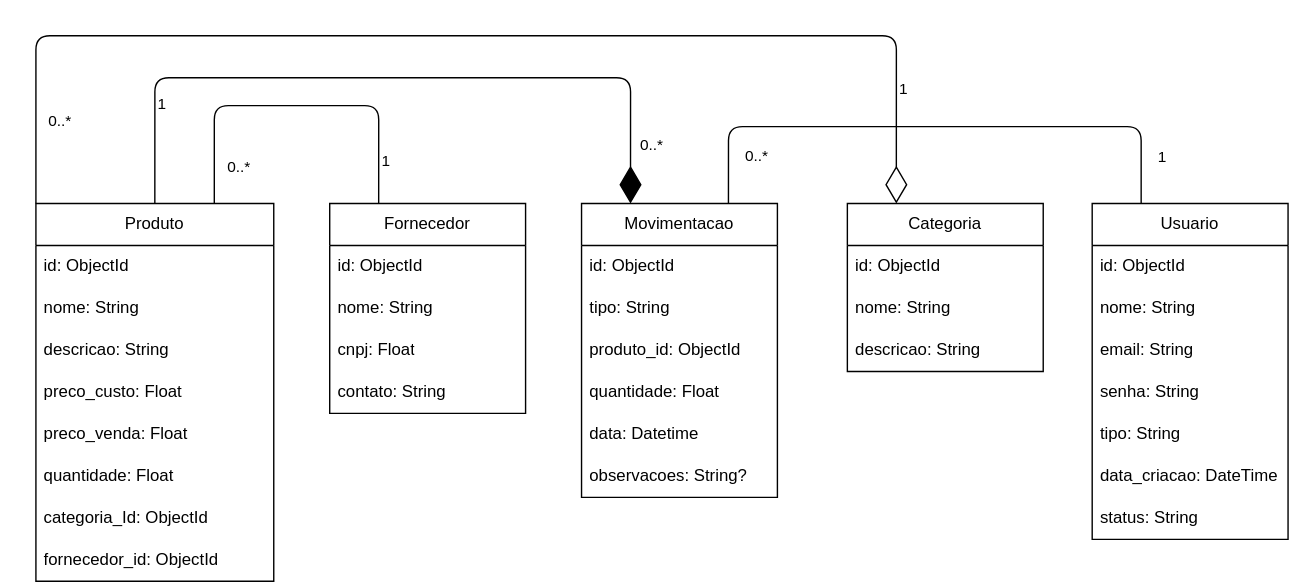
Earlier version of the draw.io export docs/STOCK.svg (FatecFranca/DSM-P3-G03-2025-1). Source tidied: cells renumbered, new cells last; positions are measured from the earlier drawing's top-left corner, leaving out a move shared by most shapes.
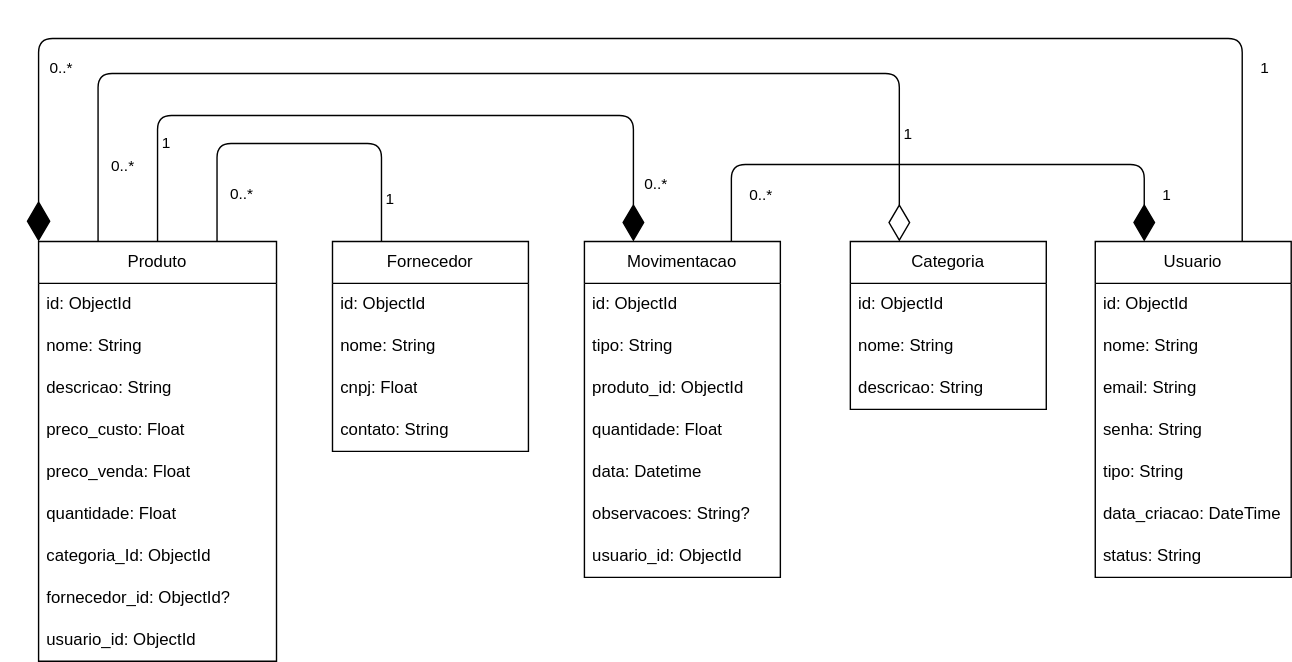
Later version of the same file.

The edit, as a diff of the source:
```diff
@@ -1,11 +1,11 @@
-<mxGraphModel>
+<mxGraphModel background="#ffffff">
   <root>
     <mxCell id="0" />
     <mxCell id="1" parent="0" />
-    <mxCell id="2" style="edgeStyle=orthogonalEdgeStyle;html=1;entryX=0.25;entryY=0;entryDx=0;entryDy=0;exitX=0;exitY=0;exitDx=0;exitDy=0;endArrow=diamondThin;endFill=0;endSize=24;" parent="1" edge="1" source="11" target="20">
+    <mxCell id="2" style="edgeStyle=orthogonalEdgeStyle;html=1;entryX=0.25;entryY=0;entryDx=0;entryDy=0;exitX=0.25;exitY=0;exitDx=0;exitDy=0;endArrow=diamondThin;endFill=0;endSize=24;" parent="1" edge="1" source="11" target="20">
       <mxGeometry relative="1" as="geometry">
         <Array as="points">
-          <mxPoint />
+          <mxPoint x="42" />
           <mxPoint x="615" />
         </Array>
       </mxGeometry>
@@ -30,7 +30,7 @@
     </mxCell>
     <mxCell id="6" value="0..*" style="edgeLabel;html=1;align=center;verticalAlign=middle;" parent="5" vertex="1">
       <mxGeometry x="-0.8" y="2" relative="1" as="geometry">
-        <mxPoint x="19" as="offset" />
+        <mxPoint x="19" y="-9" as="offset" />
       </mxGeometry>
     </mxCell>
     <mxCell id="7" value="1" style="edgeLabel;html=1;align=center;verticalAlign=middle;" parent="5" vertex="1">
@@ -57,7 +57,7 @@
       </mxGeometry>
     </mxCell>
     <mxCell id="11" value="Produto" style="swimlane;fontStyle=0;horizontal=1;startSize=30;whiteSpace=wrap;html=1;" parent="1" vertex="1">
-      <mxGeometry y="120" width="170" height="270" as="geometry" />
+      <mxGeometry y="120" width="170" height="300" as="geometry" />
     </mxCell>
     <mxCell id="12" value="id: ObjectId" style="text;strokeColor=none;fillColor=none;align=left;verticalAlign=middle;spacingLeft=4;spacingRight=4;overflow=hidden;whiteSpace=wrap;html=1;" parent="11" vertex="1">
       <mxGeometry y="30" width="170" height="30" as="geometry" />
@@ -80,9 +80,12 @@
     <mxCell id="18" value="categoria_Id: ObjectId" style="text;strokeColor=none;fillColor=none;align=left;verticalAlign=middle;spacingLeft=4;spacingRight=4;overflow=hidden;whiteSpace=wrap;html=1;" parent="11" vertex="1">
       <mxGeometry y="210" width="170" height="30" as="geometry" />
     </mxCell>
-    <mxCell id="19" value="&lt;span style=&quot;color: rgb(0, 0, 0);&quot;&gt;fornecedor_id: ObjectId&lt;/span&gt;" style="text;strokeColor=none;fillColor=none;align=left;verticalAlign=middle;spacingLeft=4;spacingRight=4;overflow=hidden;whiteSpace=wrap;html=1;" parent="11" vertex="1">
+    <mxCell id="19" value="&lt;span style=&quot;color: rgb(0, 0, 0);&quot;&gt;fornecedor_id: ObjectId?&lt;/span&gt;" style="text;strokeColor=none;fillColor=none;align=left;verticalAlign=middle;spacingLeft=4;spacingRight=4;overflow=hidden;whiteSpace=wrap;html=1;" parent="11" vertex="1">
       <mxGeometry y="240" width="170" height="30" as="geometry" />
     </mxCell>
+    <mxCell id="47" value="usuario_id: ObjectId" style="text;strokeColor=none;fillColor=none;align=left;verticalAlign=middle;spacingLeft=4;spacingRight=4;overflow=hidden;whiteSpace=wrap;html=1;" parent="11" vertex="1">
+      <mxGeometry y="270" width="170" height="30" as="geometry" />
+    </mxCell>
     <mxCell id="20" value="Categoria" style="swimlane;fontStyle=0;horizontal=1;startSize=30;whiteSpace=wrap;html=1;" parent="1" vertex="1">
       <mxGeometry x="580" y="120" width="140" height="120" as="geometry" />
     </mxCell>
@@ -110,7 +113,7 @@
     <mxCell id="28" value="contato: String" style="text;strokeColor=none;fillColor=none;align=left;verticalAlign=middle;spacingLeft=4;spacingRight=4;overflow=hidden;whiteSpace=wrap;html=1;" parent="24" vertex="1">
       <mxGeometry y="120" width="140" height="30" as="geometry" />
     </mxCell>
-    <mxCell id="29" style="edgeStyle=orthogonalEdgeStyle;html=1;exitX=0.75;exitY=0;exitDx=0;exitDy=0;entryX=0.25;entryY=0;entryDx=0;entryDy=0;endArrow=none;endFill=0;" parent="1" edge="1" source="32" target="39">
+    <mxCell id="29" style="edgeStyle=orthogonalEdgeStyle;html=1;exitX=0.75;exitY=0;exitDx=0;exitDy=0;entryX=0.25;entryY=0;entryDx=0;entryDy=0;endArrow=diamondThin;endFill=1;endSize=24;" parent="1" edge="1" source="32" target="39">
       <mxGeometry relative="1" as="geometry">
         <Array as="points">
           <mxPoint x="495" y="65" />
@@ -129,7 +132,7 @@
       </mxGeometry>
     </mxCell>
     <mxCell id="32" value="Movimentacao" style="swimlane;fontStyle=0;horizontal=1;startSize=30;whiteSpace=wrap;html=1;" parent="1" vertex="1">
-      <mxGeometry x="390" y="120" width="140" height="210" as="geometry" />
+      <mxGeometry x="390" y="120" width="140" height="240" as="geometry" />
     </mxCell>
     <mxCell id="33" value="id: ObjectId" style="text;strokeColor=none;fillColor=none;align=left;verticalAlign=middle;spacingLeft=4;spacingRight=4;overflow=hidden;whiteSpace=wrap;html=1;" parent="32" vertex="1">
       <mxGeometry y="30" width="140" height="30" as="geometry" />
@@ -149,6 +152,27 @@
     <mxCell id="38" value="observacoes: String?" style="text;strokeColor=none;fillColor=none;align=left;verticalAlign=middle;spacingLeft=4;spacingRight=4;overflow=hidden;whiteSpace=wrap;html=1;" parent="32" vertex="1">
       <mxGeometry y="180" width="140" height="30" as="geometry" />
     </mxCell>
+    <mxCell id="48" value="usuario_id: ObjectId" style="text;strokeColor=none;fillColor=none;align=left;verticalAlign=middle;spacingLeft=4;spacingRight=4;overflow=hidden;whiteSpace=wrap;html=1;" parent="32" vertex="1">
+      <mxGeometry y="210" width="140" height="30" as="geometry" />
+    </mxCell>
+    <mxCell id="49" style="edgeStyle=orthogonalEdgeStyle;html=1;exitX=0.75;exitY=0;exitDx=0;exitDy=0;entryX=0;entryY=0;entryDx=0;entryDy=0;endArrow=diamondThin;endFill=1;endSize=26;" parent="1" edge="1" source="39" target="11">
+      <mxGeometry relative="1" as="geometry">
+        <Array as="points">
+          <mxPoint x="860" y="-25" />
+          <mxPoint y="-25" />
+        </Array>
+      </mxGeometry>
+    </mxCell>
+    <mxCell id="50" value="1" style="edgeLabel;html=1;align=center;verticalAlign=middle;" parent="49" vertex="1">
+      <mxGeometry x="-0.86" y="1" relative="1" as="geometry">
+        <mxPoint x="16" y="-44" as="offset" />
+      </mxGeometry>
+    </mxCell>
+    <mxCell id="51" value="0..*" style="edgeLabel;html=1;align=center;verticalAlign=middle;" parent="49" vertex="1">
+      <mxGeometry x="0.8" relative="1" as="geometry">
+        <mxPoint x="15" y="-11" as="offset" />
+      </mxGeometry>
+    </mxCell>
     <mxCell id="39" value="Usuario" style="swimlane;fontStyle=0;horizontal=1;startSize=30;whiteSpace=wrap;html=1;" parent="1" vertex="1">
       <mxGeometry x="755" y="120" width="140" height="240" as="geometry" />
     </mxCell>
```
